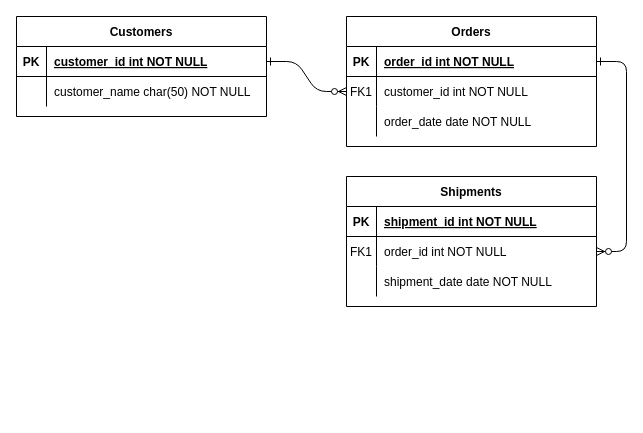
Earlier version of the draw.io diagram Projeto-Fullstack.drawio (raiannalimacode/diagrams). Source tidied: cells renumbered, new cells numbered last; positions are measured from the earlier drawing's top-left corner, leaving out a move shared by most shapes. Both pictures are drawn from the tidied source at 100%, with x=0, y=0 at pixel (16, 16).
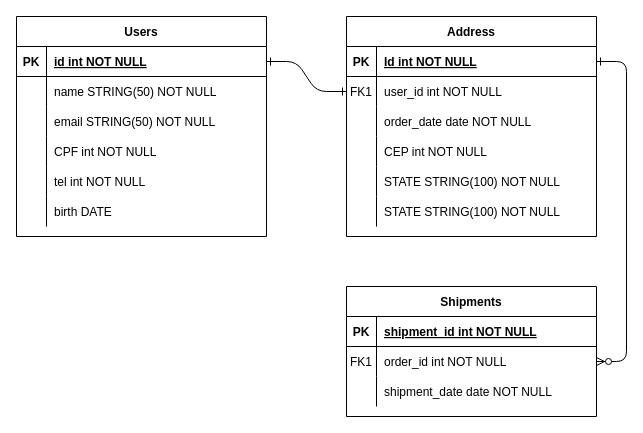
The same diagram, later.

The change refers to these unchanged cells:
```xml
<mxCell id="5" style="shape=partialRectangle;fillColor=none;points=[[0,0.5],[1,0.5]];portConstraint=eastwest;top=0;left=0;right=0;bottom=1;" parent="4" vertex="1">
  <mxGeometry y="30" width="250" height="30" as="geometry" />
</mxCell>
<mxCell id="8" style="shape=partialRectangle;fillColor=none;points=[[0,0.5],[1,0.5]];portConstraint=eastwest;top=0;left=0;right=0;bottom=0;" parent="4" vertex="1">
  <mxGeometry y="60" width="250" height="30" as="geometry" />
</mxCell>
<mxCell id="25" style="shape=partialRectangle;fillColor=none;points=[[0,0.5],[1,0.5]];portConstraint=eastwest;top=0;left=0;right=0;bottom=1;" parent="24" vertex="1">
  <mxGeometry y="30" width="250" height="30" as="geometry" />
</mxCell>
<mxCell id="28" style="shape=partialRectangle;fillColor=none;top=0;left=0;right=0;bottom=0;" parent="24" vertex="1">
  <mxGeometry y="60" width="250" height="30" as="geometry" />
</mxCell>
```

Change to the diagram source:
```diff
@@
-    <mxCell id="2" style="edgeStyle=entityRelationEdgeStyle;endArrow=ERzeroToMany;startArrow=ERone;endFill=1;startFill=0;" parent="1" edge="1" source="25" target="8">
+    <mxCell id="2" style="edgeStyle=entityRelationEdgeStyle;endArrow=ERone;startArrow=ERone;endFill=0;startFill=0;" parent="1" edge="1" source="25" target="8">
       <mxGeometry relative="1" as="geometry" />
     </mxCell>
@@
-    <mxCell id="4" value="Orders" style="shape=table;startSize=30;childLayout=tableLayout;rowLines=0;fontStyle=1;align=center;" parent="1" vertex="1">
-      <mxGeometry x="330" width="250" height="130" as="geometry" />
+    <mxCell id="4" value="Address" style="shape=table;startSize=30;childLayout=tableLayout;rowLines=0;fontStyle=1;align=center;" parent="1" vertex="1">
+      <mxGeometry x="330" width="250" height="220" as="geometry" />
     </mxCell>
@@
-    <mxCell id="7" value="order_id int NOT NULL " style="shape=partialRectangle;overflow=hidden;fillColor=none;top=0;left=0;bottom=0;right=0;align=left;spacingLeft=6;fontStyle=5;" parent="5" vertex="1">
+    <mxCell id="7" value="Id int NOT NULL" style="shape=partialRectangle;overflow=hidden;fillColor=none;top=0;left=0;bottom=0;right=0;align=left;spacingLeft=6;fontStyle=5;" parent="5" vertex="1">
       <mxGeometry x="30" width="220" height="30" as="geometry" />
     </mxCell>
@@
-    <mxCell id="10" value="customer_id int NOT NULL" style="shape=partialRectangle;overflow=hidden;fillColor=none;top=0;left=0;bottom=0;right=0;align=left;spacingLeft=6;" parent="8" vertex="1">
+    <mxCell id="10" value="user_id int NOT NULL" style="shape=partialRectangle;overflow=hidden;fillColor=none;top=0;left=0;bottom=0;right=0;align=left;spacingLeft=6;" parent="8" vertex="1">
       <mxGeometry x="30" width="220" height="30" as="geometry" />
     </mxCell>
@@
+    <mxCell id="31" style="shape=partialRectangle;fillColor=none;top=0;left=0;right=0;bottom=0;" parent="4" vertex="1">
+      <mxGeometry y="120" width="250" height="30" as="geometry" />
+    </mxCell>
+    <mxCell id="32" style="shape=partialRectangle;overflow=hidden;fillColor=none;top=0;left=0;bottom=0;right=0;" parent="31" vertex="1">
+      <mxGeometry width="30" height="30" as="geometry" />
+    </mxCell>
+    <mxCell id="33" value="CEP int NOT NULL" style="shape=partialRectangle;overflow=hidden;fillColor=none;top=0;left=0;bottom=0;right=0;align=left;spacingLeft=6;" parent="31" vertex="1">
+      <mxGeometry x="30" width="220" height="30" as="geometry" />
+    </mxCell>
+    <mxCell id="34" style="shape=partialRectangle;fillColor=none;top=0;left=0;right=0;bottom=0;" parent="4" vertex="1">
+      <mxGeometry y="150" width="250" height="30" as="geometry" />
+    </mxCell>
+    <mxCell id="35" style="shape=partialRectangle;overflow=hidden;fillColor=none;top=0;left=0;bottom=0;right=0;" parent="34" vertex="1">
+      <mxGeometry width="30" height="30" as="geometry" />
+    </mxCell>
+    <mxCell id="36" value="STATE STRING(100) NOT NULL" style="shape=partialRectangle;overflow=hidden;fillColor=none;top=0;left=0;bottom=0;right=0;align=left;spacingLeft=6;" parent="34" vertex="1">
+      <mxGeometry x="30" width="220" height="30" as="geometry" />
+    </mxCell>
+    <mxCell id="37" style="shape=partialRectangle;fillColor=none;top=0;left=0;right=0;bottom=0;" parent="4" vertex="1">
+      <mxGeometry y="180" width="250" height="30" as="geometry" />
+    </mxCell>
+    <mxCell id="38" style="shape=partialRectangle;overflow=hidden;fillColor=none;top=0;left=0;bottom=0;right=0;" parent="37" vertex="1">
+      <mxGeometry width="30" height="30" as="geometry" />
+    </mxCell>
+    <mxCell id="39" value="STATE STRING(100) NOT NULL" style="shape=partialRectangle;overflow=hidden;fillColor=none;top=0;left=0;bottom=0;right=0;align=left;spacingLeft=6;" parent="37" vertex="1">
+      <mxGeometry x="30" width="220" height="30" as="geometry" />
+    </mxCell>
     <mxCell id="14" value="Shipments" style="shape=table;startSize=30;childLayout=tableLayout;rowLines=0;fontStyle=1;align=center;" parent="1" vertex="1">
-      <mxGeometry x="330" y="160" width="250" height="130" as="geometry" />
+      <mxGeometry x="330" y="270" width="250" height="130" as="geometry" />
     </mxCell>
@@
-    <mxCell id="24" value="Customers" style="shape=table;startSize=30;childLayout=tableLayout;rowLines=0;fontStyle=1;align=center;" parent="1" vertex="1">
-      <mxGeometry width="250" height="100" as="geometry" />
+    <mxCell id="24" value="Users" style="shape=table;startSize=30;childLayout=tableLayout;rowLines=0;fontStyle=1;align=center;" parent="1" vertex="1">
+      <mxGeometry width="250" height="220" as="geometry" />
     </mxCell>
@@
-    <mxCell id="27" value="customer_id int NOT NULL " style="shape=partialRectangle;overflow=hidden;fillColor=none;top=0;left=0;bottom=0;right=0;align=left;spacingLeft=6;fontStyle=5;" parent="25" vertex="1">
+    <mxCell id="27" value="id int NOT NULL" style="shape=partialRectangle;overflow=hidden;fillColor=none;top=0;left=0;bottom=0;right=0;align=left;spacingLeft=6;fontStyle=5;" parent="25" vertex="1">
       <mxGeometry x="30" width="220" height="30" as="geometry" />
     </mxCell>
@@
-    <mxCell id="30" value="customer_name char(50) NOT NULL" style="shape=partialRectangle;overflow=hidden;fillColor=none;top=0;left=0;bottom=0;right=0;align=left;spacingLeft=6;" parent="28" vertex="1">
+    <mxCell id="30" value="name STRING(50) NOT NULL" style="shape=partialRectangle;overflow=hidden;fillColor=none;top=0;left=0;bottom=0;right=0;align=left;spacingLeft=6;" parent="28" vertex="1">
       <mxGeometry x="30" width="220" height="30" as="geometry" />
     </mxCell>
+    <mxCell id="40" style="shape=partialRectangle;fillColor=none;top=0;left=0;right=0;bottom=0;" parent="24" vertex="1">
+      <mxGeometry y="90" width="250" height="30" as="geometry" />
+    </mxCell>
+    <mxCell id="41" style="shape=partialRectangle;overflow=hidden;fillColor=none;top=0;left=0;bottom=0;right=0;" parent="40" vertex="1">
+      <mxGeometry width="30" height="30" as="geometry" />
+    </mxCell>
+    <mxCell id="42" value="email STRING(50) NOT NULL" style="shape=partialRectangle;overflow=hidden;fillColor=none;top=0;left=0;bottom=0;right=0;align=left;spacingLeft=6;" parent="40" vertex="1">
+      <mxGeometry x="30" width="220" height="30" as="geometry" />
+    </mxCell>
+    <mxCell id="43" style="shape=partialRectangle;fillColor=none;top=0;left=0;right=0;bottom=0;" parent="24" vertex="1">
+      <mxGeometry y="120" width="250" height="30" as="geometry" />
+    </mxCell>
+    <mxCell id="44" style="shape=partialRectangle;overflow=hidden;fillColor=none;top=0;left=0;bottom=0;right=0;" parent="43" vertex="1">
+      <mxGeometry width="30" height="30" as="geometry" />
+    </mxCell>
+    <mxCell id="45" value="CPF int NOT NULL" style="shape=partialRectangle;overflow=hidden;fillColor=none;top=0;left=0;bottom=0;right=0;align=left;spacingLeft=6;" parent="43" vertex="1">
+      <mxGeometry x="30" width="220" height="30" as="geometry" />
+    </mxCell>
+    <mxCell id="46" style="shape=partialRectangle;fillColor=none;top=0;left=0;right=0;bottom=0;" parent="24" vertex="1">
+      <mxGeometry y="150" width="250" height="30" as="geometry" />
+    </mxCell>
+    <mxCell id="47" style="shape=partialRectangle;overflow=hidden;fillColor=none;top=0;left=0;bottom=0;right=0;" parent="46" vertex="1">
+      <mxGeometry width="30" height="30" as="geometry" />
+    </mxCell>
+    <mxCell id="48" value="tel int NOT NULL" style="shape=partialRectangle;overflow=hidden;fillColor=none;top=0;left=0;bottom=0;right=0;align=left;spacingLeft=6;" parent="46" vertex="1">
+      <mxGeometry x="30" width="220" height="30" as="geometry" />
+    </mxCell>
+    <mxCell id="49" style="shape=partialRectangle;fillColor=none;top=0;left=0;right=0;bottom=0;" parent="24" vertex="1">
+      <mxGeometry y="180" width="250" height="30" as="geometry" />
+    </mxCell>
+    <mxCell id="50" style="shape=partialRectangle;overflow=hidden;fillColor=none;top=0;left=0;bottom=0;right=0;" parent="49" vertex="1">
+      <mxGeometry width="30" height="30" as="geometry" />
+    </mxCell>
+    <mxCell id="51" value="birth DATE" style="shape=partialRectangle;overflow=hidden;fillColor=none;top=0;left=0;bottom=0;right=0;align=left;spacingLeft=6;" parent="49" vertex="1">
+      <mxGeometry x="30" width="220" height="30" as="geometry" />
+    </mxCell>
```
